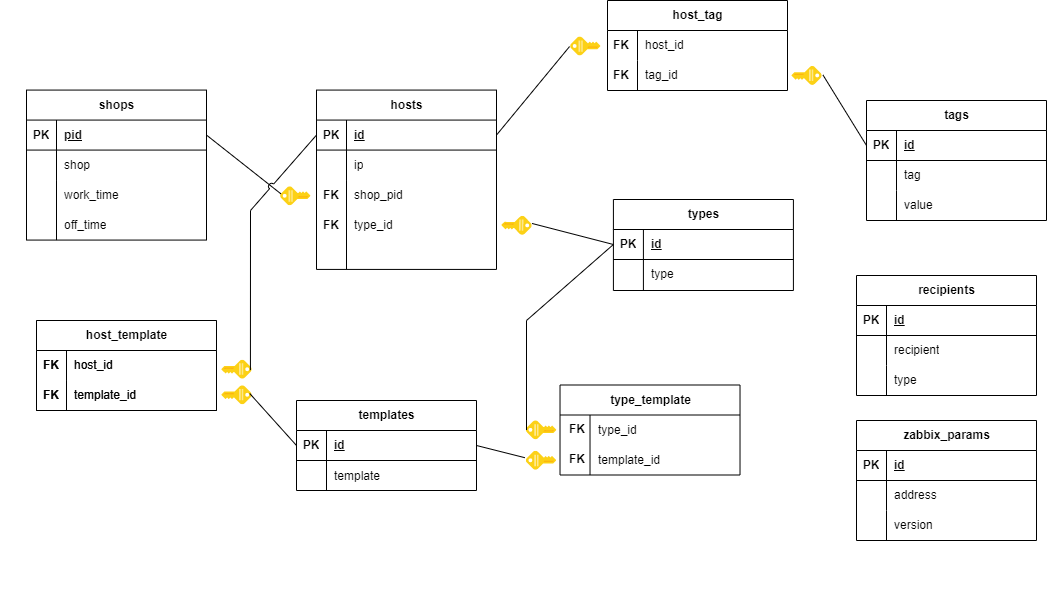
This is db_schema.png from DorofD/zabbix_actualization_service, a draw.io export, as it was before one commit. Source tidied: cells renumbered, new cells last; positions are measured from the earlier drawing's top-left corner, leaving out a move shared by most shapes.
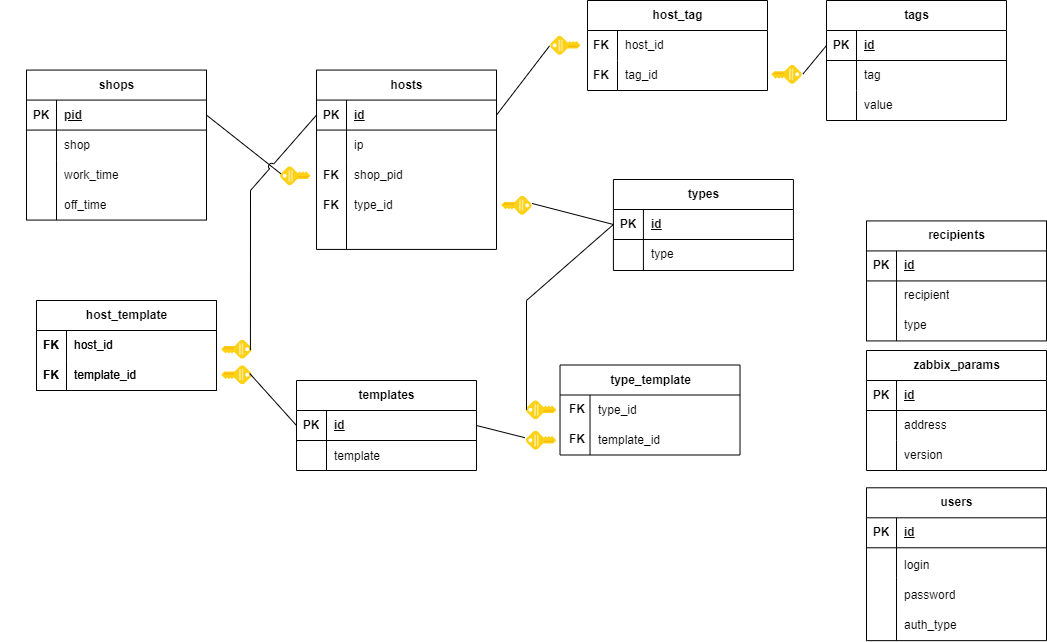
After the change.

Diff of the diagram source:
```diff
@@ -3,7 +3,7 @@
     <mxCell id="0" />
     <mxCell id="1" value="Соединительная линия" parent="0" />
     <mxCell id="2" value="tags" style="shape=table;startSize=30;rowLines=0;fontStyle=1;align=center;html=1;" parent="1" vertex="1">
-      <mxGeometry x="866" y="100" width="180" height="120" as="geometry" />
+      <mxGeometry x="826" y="20" width="180" height="120" as="geometry" />
     </mxCell>
     <mxCell id="3" style="shape=tableRow;horizontal=0;startSize=0;swimlaneHead=0;swimlaneBody=0;fillColor=none;points=[[0,0.5],[1,0.5]];portConstraint=eastwest;top=0;left=0;right=0;bottom=1;" parent="2" vertex="1">
       <mxGeometry y="30" width="180" height="30" as="geometry" />
@@ -33,7 +33,7 @@
       <mxGeometry x="30" width="150" height="30" as="geometry" />
     </mxCell>
     <mxCell id="12" value="host_tag" style="shape=table;startSize=30;rowLines=0;fontStyle=1;align=center;html=1;" parent="1" vertex="1">
-      <mxGeometry x="607" width="180" height="90" as="geometry" />
+      <mxGeometry x="587" y="20" width="180" height="90" as="geometry" />
     </mxCell>
     <mxCell id="13" style="shape=tableRow;horizontal=0;startSize=0;swimlaneHead=0;swimlaneBody=0;fillColor=none;top=0;left=0;right=0;bottom=0;" parent="12" vertex="1">
       <mxGeometry y="30" width="180" height="30" as="geometry" />
@@ -189,10 +189,10 @@
       <mxGeometry relative="1" as="geometry" />
     </mxCell>
     <mxCell id="64" style="sketch=0;html=1;points=[];align=center;image;fontSize=12;image=img/lib/mscae/Key.svg;rotation=-90;" parent="1" vertex="1">
-      <mxGeometry x="576" y="29.8" width="18.9" height="30.4" as="geometry" />
+      <mxGeometry x="556" y="49.1" width="18.9" height="30.4" as="geometry" />
     </mxCell>
     <mxCell id="65" style="sketch=0;html=1;points=[];align=center;image;fontSize=12;image=img/lib/mscae/Key.svg;rotation=90;" parent="1" vertex="1">
-      <mxGeometry x="796" y="60.2" width="18.9" height="30.4" as="geometry" />
+      <mxGeometry x="776" y="79.1" width="18.9" height="30.4" as="geometry" />
     </mxCell>
     <mxCell id="66" style="endArrow=none;html=1;rounded=0;exitX=0;exitY=0.5;exitDx=0;exitDy=0;entryX=0.452;entryY=-0.061;entryDx=0;entryDy=0;entryPerimeter=0;" parent="1" edge="1" source="3" target="65">
       <mxGeometry relative="1" as="geometry" />
@@ -201,10 +201,10 @@
       <mxGeometry x="506" y="210" width="18.9" height="30.4" as="geometry" />
     </mxCell>
     <mxCell id="68" value="FK" style="shape=partialRectangle;fillColor=none;top=0;left=0;bottom=0;right=0;fontStyle=1;overflow=hidden;whiteSpace=wrap;html=1;" parent="1" vertex="1">
-      <mxGeometry x="606" y="59.6" width="30" height="30" as="geometry" />
+      <mxGeometry x="586" y="79.6" width="30" height="30" as="geometry" />
     </mxCell>
     <mxCell id="69" value="FK" style="shape=partialRectangle;fillColor=none;top=0;left=0;bottom=0;right=0;fontStyle=1;overflow=hidden;whiteSpace=wrap;html=1;" parent="1" vertex="1">
-      <mxGeometry x="606" y="29.6" width="30" height="30" as="geometry" />
+      <mxGeometry x="586" y="49.6" width="30" height="30" as="geometry" />
     </mxCell>
     <mxCell id="70" style="group;" parent="1" vertex="1">
       <mxGeometry x="286" y="390" width="180" height="120.5" as="geometry" />
@@ -365,7 +365,7 @@
       </mxGeometry>
     </mxCell>
     <mxCell id="120" style="group;" parent="1" vertex="1">
-      <mxGeometry x="856" y="275" width="180" height="325" as="geometry" />
+      <mxGeometry x="866" y="240.4" width="180" height="402.3" as="geometry" />
     </mxCell>
     <mxCell id="121" value="recipients" style="shape=table;startSize=30;rowLines=0;fontStyle=1;align=center;html=1;" parent="120" vertex="1">
       <mxGeometry width="180" height="120" as="geometry" />
@@ -410,7 +410,7 @@
       <mxGeometry y="150" width="30" height="30" as="geometry" />
     </mxCell>
     <mxCell id="135" style="group;" parent="120" vertex="1">
-      <mxGeometry y="145" width="180" height="180" as="geometry" />
+      <mxGeometry y="129.6" width="180" height="272.7" as="geometry" />
     </mxCell>
     <mxCell id="136" value="zabbix_params" style="shape=table;startSize=30;rowLines=0;fontStyle=1;align=center;html=1;" parent="135" vertex="1">
       <mxGeometry width="180" height="120" as="geometry" />
@@ -454,5 +454,44 @@
     <mxCell id="149" style="shape=partialRectangle;fillColor=none;top=0;left=0;bottom=0;right=0;fontStyle=1;overflow=hidden;whiteSpace=wrap;html=1;" parent="135" vertex="1">
       <mxGeometry y="150" width="30" height="30" as="geometry" />
     </mxCell>
+    <mxCell id="150" value="users" style="shape=table;startSize=30;rowLines=0;fontStyle=1;align=center;html=1;" parent="135" vertex="1">
+      <mxGeometry y="137.3" width="180" height="152.9" as="geometry" />
+    </mxCell>
+    <mxCell id="151" style="shape=tableRow;horizontal=0;startSize=0;swimlaneHead=0;swimlaneBody=0;fillColor=none;top=0;left=0;right=0;bottom=1;" parent="150" vertex="1">
+      <mxGeometry y="30" width="180" height="30" as="geometry" />
+    </mxCell>
+    <mxCell id="152" value="PK" style="shape=partialRectangle;fillColor=none;top=0;left=0;bottom=0;right=0;fontStyle=1;overflow=hidden;whiteSpace=wrap;html=1;" parent="151" vertex="1">
+      <mxGeometry width="30" height="30" as="geometry" />
+    </mxCell>
+    <mxCell id="153" value="id" style="shape=partialRectangle;fillColor=none;top=0;left=0;bottom=0;right=0;align=left;spacingLeft=6;fontStyle=5;overflow=hidden;whiteSpace=wrap;html=1;" parent="151" vertex="1">
+      <mxGeometry x="30" width="150" height="30" as="geometry" />
+    </mxCell>
+    <mxCell id="154" style="shape=tableRow;horizontal=0;startSize=0;swimlaneHead=0;swimlaneBody=0;fillColor=none;top=0;left=0;right=0;bottom=0;" parent="150" vertex="1">
+      <mxGeometry y="60" width="180" height="30" as="geometry" />
+    </mxCell>
+    <mxCell id="155" style="shape=partialRectangle;fillColor=none;top=0;left=0;bottom=0;right=0;overflow=hidden;whiteSpace=wrap;html=1;" parent="154" vertex="1">
+      <mxGeometry width="30" height="30" as="geometry" />
+    </mxCell>
+    <mxCell id="156" style="shape=partialRectangle;fillColor=none;top=0;left=0;bottom=0;right=0;align=left;spacingLeft=6;overflow=hidden;whiteSpace=wrap;html=1;" parent="154" vertex="1">
+      <mxGeometry x="30" width="150" height="30" as="geometry" />
+    </mxCell>
+    <mxCell id="157" style="shape=tableRow;horizontal=0;startSize=0;swimlaneHead=0;swimlaneBody=0;fillColor=none;top=0;left=0;right=0;bottom=0;" parent="150" vertex="1">
+      <mxGeometry y="90" width="180" height="63" as="geometry" />
+    </mxCell>
+    <mxCell id="158" style="shape=partialRectangle;fillColor=none;top=0;left=0;bottom=0;right=0;overflow=hidden;whiteSpace=wrap;html=1;" parent="157" vertex="1">
+      <mxGeometry width="30" height="63" as="geometry" />
+    </mxCell>
+    <mxCell id="159" style="shape=partialRectangle;fillColor=none;top=0;left=0;bottom=0;right=0;align=left;spacingLeft=6;overflow=hidden;whiteSpace=wrap;html=1;" parent="157" vertex="1">
+      <mxGeometry x="30" width="150" height="63" as="geometry" />
+    </mxCell>
+    <mxCell id="160" value="login" style="shape=partialRectangle;fillColor=none;top=0;left=0;bottom=0;right=0;align=left;spacingLeft=6;overflow=hidden;whiteSpace=wrap;html=1;" parent="135" vertex="1">
+      <mxGeometry x="30" y="200" width="150" height="30" as="geometry" />
+    </mxCell>
+    <mxCell id="161" value="password" style="shape=partialRectangle;fillColor=none;top=0;left=0;bottom=0;right=0;align=left;spacingLeft=6;overflow=hidden;whiteSpace=wrap;html=1;" parent="135" vertex="1">
+      <mxGeometry x="30" y="230" width="150" height="30" as="geometry" />
+    </mxCell>
+    <mxCell id="162" value="auth_type" style="shape=partialRectangle;fillColor=none;top=0;left=0;bottom=0;right=0;align=left;spacingLeft=6;overflow=hidden;whiteSpace=wrap;html=1;" parent="1" vertex="1">
+      <mxGeometry x="896" y="630" width="150" height="30" as="geometry" />
+    </mxCell>
   </root>
 </mxGraphModel>
```
